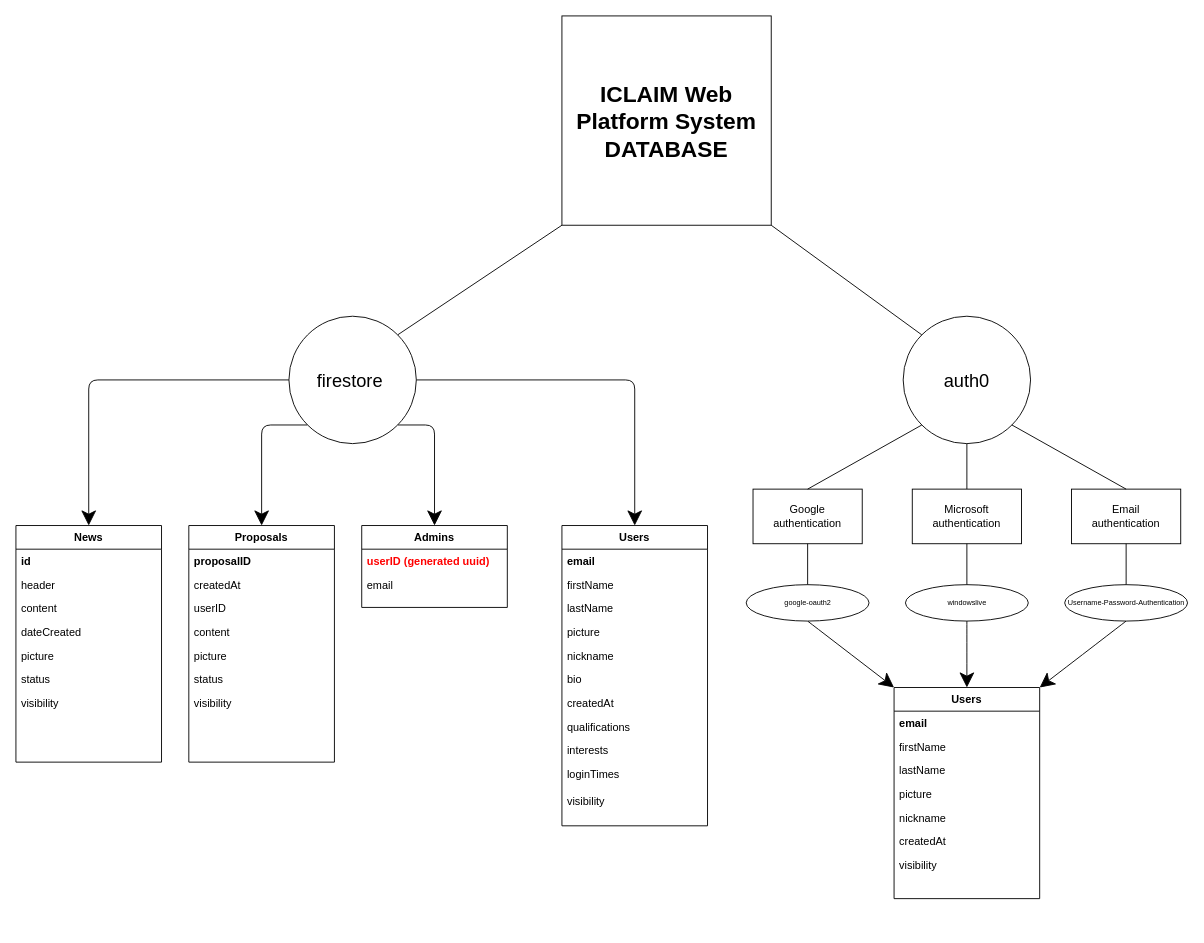
This is iCLAIM DB.drawio from AGEORGIOU4/Social-Mediators-Network, a draw.io file, before an edit. Source tidied: cells renumbered, new cells numbered last; positions are measured from the earlier drawing's top-left corner, leaving out a move shared by most shapes. Both pictures are drawn from the tidied source at 91%, with x=0, y=0 at pixel (15, 15).
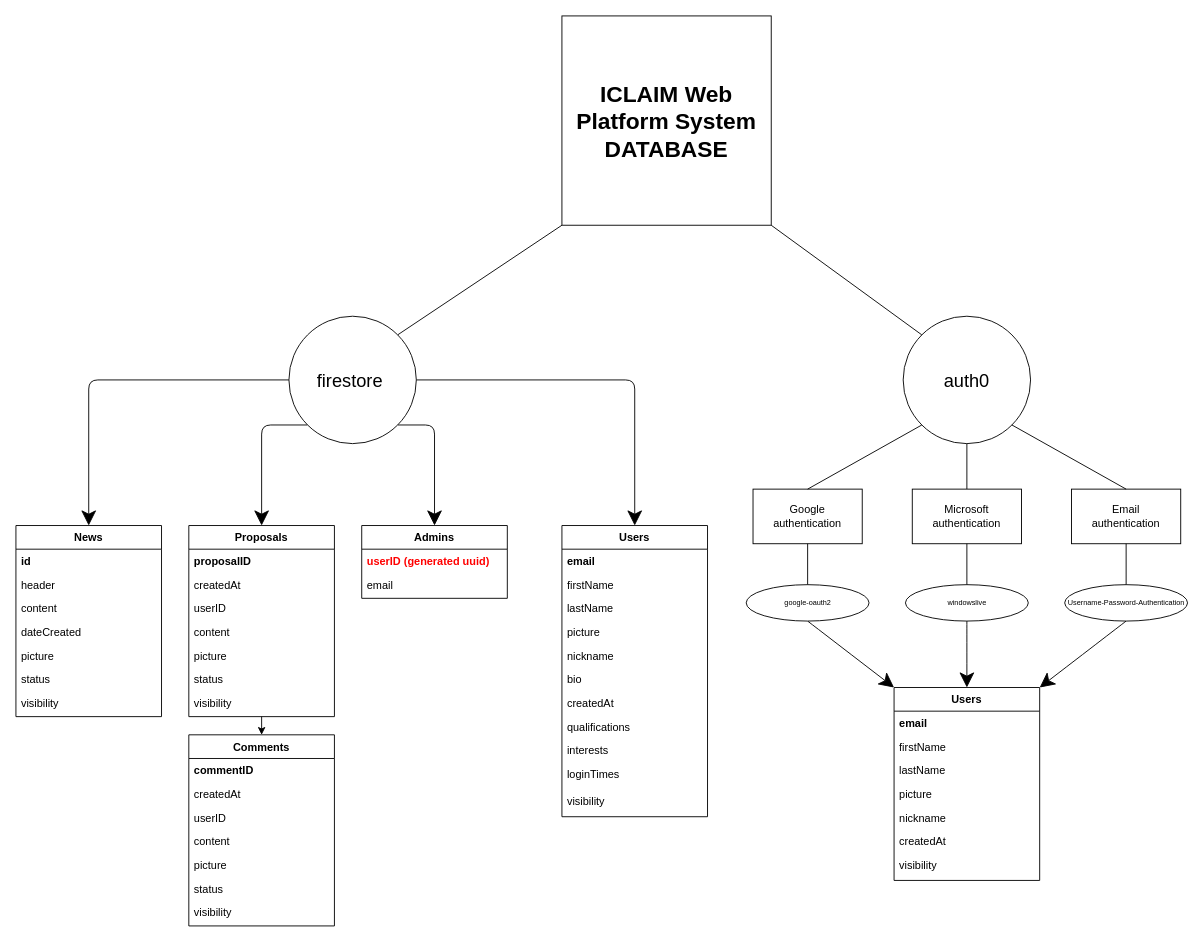
After the change.

Diff of the diagram source:
```diff
@@
     <mxCell id="29" value="Users" style="swimlane;fontStyle=1;align=center;verticalAlign=top;horizontal=1;startSize=26;rounded=0;shadow=0;strokeWidth=1;" parent="1" vertex="1">
-      <mxGeometry x="965" y="738" width="160" height="232" as="geometry" />
+      <mxGeometry x="965" y="738" width="160" height="212" as="geometry" />
     </mxCell>
@@
     <mxCell id="37" value="Users" style="swimlane;fontStyle=1;align=center;verticalAlign=top;horizontal=1;startSize=26;rounded=0;shadow=0;strokeWidth=1;" parent="1" vertex="1">
-      <mxGeometry x="600" y="560" width="160" height="330" as="geometry" />
+      <mxGeometry x="600" y="560" width="160" height="320" as="geometry" />
     </mxCell>
@@
     <mxCell id="49" value="Admins" style="swimlane;fontStyle=1;align=center;verticalAlign=top;horizontal=1;startSize=26;rounded=0;shadow=0;strokeWidth=1;" parent="1" vertex="1">
-      <mxGeometry x="380" y="560" width="160" height="90" as="geometry" />
+      <mxGeometry x="380" y="560" width="160" height="80" as="geometry" />
     </mxCell>
@@
     <mxCell id="52" value="Proposals" style="swimlane;fontStyle=1;align=center;verticalAlign=top;horizontal=1;startSize=26;rounded=0;shadow=0;strokeWidth=1;" parent="1" vertex="1">
-      <mxGeometry x="190" y="560" width="160" height="260" as="geometry" />
+      <mxGeometry x="190" y="560" width="160" height="210" as="geometry" />
     </mxCell>
@@
     <mxCell id="63" value="News" style="swimlane;fontStyle=1;align=center;verticalAlign=top;horizontal=1;startSize=26;rounded=0;shadow=0;strokeWidth=1;" parent="1" vertex="1">
-      <mxGeometry y="560" width="160" height="260" as="geometry" />
+      <mxGeometry y="560" width="160" height="210" as="geometry" />
     </mxCell>
@@
+    <mxCell id="71" style="edgeStyle=orthogonalEdgeStyle;rounded=0;jettySize=auto;html=1;entryX=0.5;entryY=0;entryDx=0;entryDy=0;exitX=0.5;exitY=1;exitDx=0;exitDy=0;" parent="1" edge="1" source="52" target="72">
+      <mxGeometry relative="1" as="geometry" />
+    </mxCell>
+    <mxCell id="72" value="Comments" style="swimlane;fontStyle=1;align=center;verticalAlign=top;horizontal=1;startSize=26;rounded=0;shadow=0;strokeWidth=1;" parent="1" vertex="1">
+      <mxGeometry x="190" y="790" width="160" height="210" as="geometry" />
+    </mxCell>
+    <mxCell id="73" value="commentID" style="text;align=left;verticalAlign=top;spacingLeft=4;spacingRight=4;overflow=hidden;rounded=0;shadow=0;html=0;fontStyle=1;" parent="72" vertex="1">
+      <mxGeometry y="26" width="160" height="26" as="geometry" />
+    </mxCell>
+    <mxCell id="74" value="createdAt" style="text;align=left;verticalAlign=top;spacingLeft=4;spacingRight=4;overflow=hidden;rounded=0;shadow=0;html=0;" parent="72" vertex="1">
+      <mxGeometry y="52" width="160" height="26" as="geometry" />
+    </mxCell>
+    <mxCell id="75" value="userID" style="text;align=left;verticalAlign=top;spacingLeft=4;spacingRight=4;overflow=hidden;" parent="72" vertex="1">
+      <mxGeometry y="78" width="160" height="26" as="geometry" />
+    </mxCell>
+    <mxCell id="76" value="content" style="text;align=left;verticalAlign=top;spacingLeft=4;spacingRight=4;overflow=hidden;rounded=0;shadow=0;html=0;" parent="72" vertex="1">
+      <mxGeometry y="104" width="160" height="26" as="geometry" />
+    </mxCell>
+    <mxCell id="77" value="picture" style="text;align=left;verticalAlign=top;spacingLeft=4;spacingRight=4;overflow=hidden;rounded=0;shadow=0;html=0;" parent="72" vertex="1">
+      <mxGeometry y="130" width="160" height="26" as="geometry" />
+    </mxCell>
+    <mxCell id="78" value="status" style="text;align=left;verticalAlign=top;spacingLeft=4;spacingRight=4;overflow=hidden;rounded=0;shadow=0;html=0;" parent="72" vertex="1">
+      <mxGeometry y="156" width="160" height="26" as="geometry" />
+    </mxCell>
+    <mxCell id="79" value="visibility" style="text;align=left;verticalAlign=top;spacingLeft=4;spacingRight=4;overflow=hidden;rounded=0;shadow=0;html=0;" parent="72" vertex="1">
+      <mxGeometry y="182" width="160" height="26" as="geometry" />
+    </mxCell>
```
